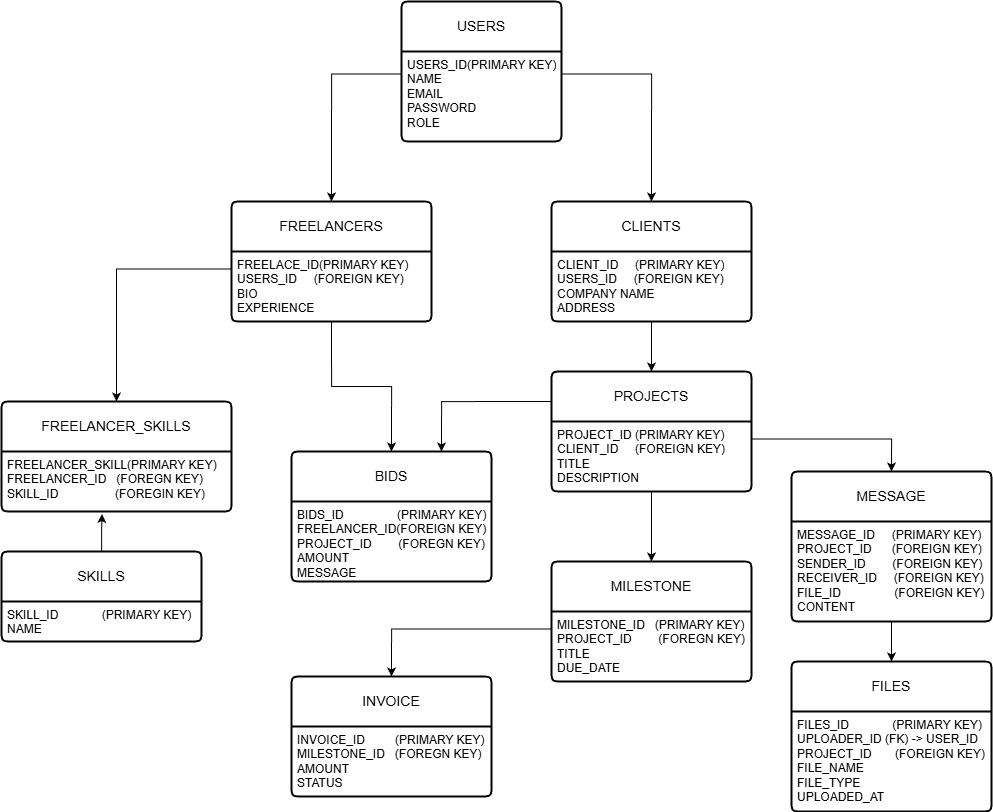
This is freelancer_project.drawio.png from Sachinborade07/Freelancing-Platform, a draw.io export, as it was before one commit. Source tidied: cells renumbered, new cells last; positions are measured from the earlier drawing's top-left corner, leaving out a move shared by most shapes.
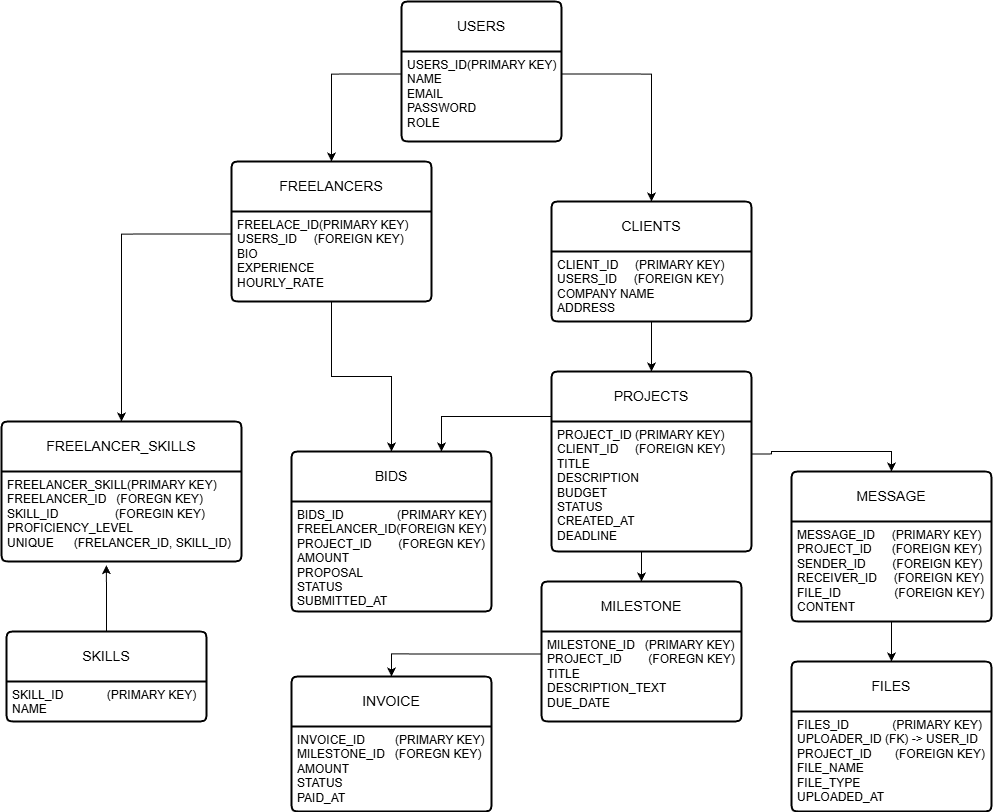
The same diagram one commit later.

Change to the diagram source:
```diff
@@ -9,10 +9,10 @@
       <mxGeometry y="50" width="160" height="90" as="geometry" />
     </mxCell>
     <mxCell id="4" value="FREELANCERS" style="swimlane;horizontal=1;startSize=50;rounded=1;fontSize=14;fontStyle=0;strokeWidth=2;shadow=0;dashed=0;align=center;arcSize=4;whiteSpace=wrap;html=1;" parent="1" vertex="1">
-      <mxGeometry x="230" y="200" width="200" height="120" as="geometry" />
+      <mxGeometry x="230" y="160" width="200" height="140" as="geometry" />
     </mxCell>
-    <mxCell id="5" value="FREELACE_ID(PRIMARY KEY)&lt;br&gt;USERS_ID&amp;nbsp; &amp;nbsp; &amp;nbsp;(FOREIGN KEY)&lt;br&gt;BIO&lt;br&gt;&lt;div&gt;EXPERIENCE&lt;/div&gt;" style="align=left;strokeColor=none;fillColor=none;spacingLeft=4;spacingRight=4;fontSize=12;verticalAlign=top;html=1;whiteSpace=wrap;" parent="4" vertex="1">
-      <mxGeometry y="50" width="200" height="70" as="geometry" />
+    <mxCell id="5" value="FREELACE_ID(PRIMARY KEY)&lt;br&gt;USERS_ID&amp;nbsp; &amp;nbsp; &amp;nbsp;(FOREIGN KEY)&lt;br&gt;BIO&lt;br&gt;&lt;div&gt;EXPERIENCE&lt;/div&gt;&lt;div&gt;HOURLY_RATE&lt;/div&gt;" style="align=left;strokeColor=none;fillColor=none;spacingLeft=4;spacingRight=4;fontSize=12;verticalAlign=top;html=1;whiteSpace=wrap;" parent="4" vertex="1">
+      <mxGeometry y="50" width="200" height="90" as="geometry" />
     </mxCell>
     <mxCell id="6" value="CLIENTS" style="swimlane;horizontal=1;startSize=50;rounded=1;fontSize=14;fontStyle=0;strokeWidth=2;shadow=0;dashed=0;align=center;arcSize=4;whiteSpace=wrap;html=1;" parent="1" vertex="1">
       <mxGeometry x="550" y="200" width="200" height="120" as="geometry" />
@@ -30,40 +30,40 @@
       <mxGeometry relative="1" as="geometry" />
     </mxCell>
     <mxCell id="11" value="PROJECTS" style="swimlane;horizontal=1;startSize=50;rounded=1;fontSize=14;fontStyle=0;strokeWidth=2;shadow=0;dashed=0;align=center;arcSize=4;whiteSpace=wrap;html=1;" parent="1" vertex="1">
-      <mxGeometry x="550" y="370" width="200" height="120" as="geometry" />
+      <mxGeometry x="550" y="370" width="200" height="180" as="geometry" />
     </mxCell>
-    <mxCell id="12" value="PROJECT_ID (PRIMARY KEY)&lt;br&gt;CLIENT_ID&amp;nbsp; &amp;nbsp; &amp;nbsp;(FOREIGN KEY)&lt;br&gt;TITLE&lt;br&gt;&lt;div&gt;DESCRIPTION&lt;/div&gt;" style="align=left;strokeColor=none;fillColor=none;spacingLeft=4;spacingRight=4;fontSize=12;verticalAlign=top;html=1;whiteSpace=wrap;" parent="11" vertex="1">
-      <mxGeometry y="50" width="200" height="70" as="geometry" />
+    <mxCell id="12" value="PROJECT_ID (PRIMARY KEY)&lt;br&gt;CLIENT_ID&amp;nbsp; &amp;nbsp; &amp;nbsp;(FOREIGN KEY)&lt;br&gt;TITLE&lt;br&gt;&lt;div&gt;DESCRIPTION&lt;/div&gt;&lt;div&gt;BUDGET&lt;/div&gt;&lt;div&gt;STATUS&lt;/div&gt;&lt;div&gt;CREATED_AT&lt;/div&gt;&lt;div&gt;DEADLINE&lt;/div&gt;" style="align=left;strokeColor=none;fillColor=none;spacingLeft=4;spacingRight=4;fontSize=12;verticalAlign=top;html=1;whiteSpace=wrap;" parent="11" vertex="1">
+      <mxGeometry y="50" width="200" height="130" as="geometry" />
     </mxCell>
     <mxCell id="13" value="MILESTONE" style="swimlane;horizontal=1;startSize=50;rounded=1;fontSize=14;fontStyle=0;strokeWidth=2;shadow=0;dashed=0;align=center;arcSize=4;whiteSpace=wrap;html=1;" parent="1" vertex="1">
-      <mxGeometry x="550" y="560" width="200" height="120" as="geometry" />
+      <mxGeometry x="540" y="580" width="200" height="140" as="geometry" />
     </mxCell>
-    <mxCell id="14" value="MILESTONE_ID&amp;nbsp; &amp;nbsp;(PRIMARY KEY)&lt;br&gt;PROJECT_ID&amp;nbsp; &amp;nbsp; &amp;nbsp; &amp;nbsp; (FOREGN KEY)&lt;br&gt;&lt;div&gt;TITLE&lt;/div&gt;&lt;div&gt;DUE_DATE&lt;/div&gt;" style="align=left;strokeColor=none;fillColor=none;spacingLeft=4;spacingRight=4;fontSize=12;verticalAlign=top;html=1;whiteSpace=wrap;" parent="13" vertex="1">
-      <mxGeometry y="50" width="200" height="70" as="geometry" />
+    <mxCell id="14" value="MILESTONE_ID&amp;nbsp; &amp;nbsp;(PRIMARY KEY)&lt;br&gt;PROJECT_ID&amp;nbsp; &amp;nbsp; &amp;nbsp; &amp;nbsp; (FOREGN KEY)&lt;br&gt;&lt;div&gt;TITLE&lt;/div&gt;&lt;div&gt;DESCRIPTION_TEXT&lt;/div&gt;&lt;div&gt;DUE_DATE&lt;/div&gt;" style="align=left;strokeColor=none;fillColor=none;spacingLeft=4;spacingRight=4;fontSize=12;verticalAlign=top;html=1;whiteSpace=wrap;" parent="13" vertex="1">
+      <mxGeometry y="50" width="200" height="90" as="geometry" />
     </mxCell>
     <mxCell id="15" value="INVOICE" style="swimlane;horizontal=1;startSize=50;rounded=1;fontSize=14;fontStyle=0;strokeWidth=2;shadow=0;dashed=0;align=center;arcSize=4;whiteSpace=wrap;html=1;" parent="1" vertex="1">
-      <mxGeometry x="290" y="675" width="200" height="120" as="geometry" />
+      <mxGeometry x="290" y="675" width="200" height="135" as="geometry" />
     </mxCell>
-    <mxCell id="16" value="INVOICE_ID&amp;nbsp; &amp;nbsp; &amp;nbsp; &amp;nbsp; &amp;nbsp;(PRIMARY KEY)&lt;br&gt;MILESTONE_ID&amp;nbsp; &amp;nbsp;(FOREGN KEY)&lt;br&gt;&lt;div&gt;AMOUNT&lt;/div&gt;&lt;div&gt;STATUS&lt;/div&gt;" style="align=left;strokeColor=none;fillColor=none;spacingLeft=4;spacingRight=4;fontSize=12;verticalAlign=top;html=1;whiteSpace=wrap;" parent="15" vertex="1">
-      <mxGeometry y="50" width="200" height="70" as="geometry" />
+    <mxCell id="16" value="INVOICE_ID&amp;nbsp; &amp;nbsp; &amp;nbsp; &amp;nbsp; &amp;nbsp;(PRIMARY KEY)&lt;br&gt;MILESTONE_ID&amp;nbsp; &amp;nbsp;(FOREGN KEY)&lt;br&gt;&lt;div&gt;AMOUNT&lt;/div&gt;&lt;div&gt;STATUS&lt;/div&gt;&lt;div&gt;PAID_AT&lt;/div&gt;" style="align=left;strokeColor=none;fillColor=none;spacingLeft=4;spacingRight=4;fontSize=12;verticalAlign=top;html=1;whiteSpace=wrap;" parent="15" vertex="1">
+      <mxGeometry y="50" width="200" height="85" as="geometry" />
     </mxCell>
     <mxCell id="17" value="SKILLS" style="swimlane;horizontal=1;startSize=50;rounded=1;fontSize=14;fontStyle=0;strokeWidth=2;shadow=0;dashed=0;align=center;arcSize=4;whiteSpace=wrap;html=1;" parent="1" vertex="1">
-      <mxGeometry y="550" width="200" height="90" as="geometry" />
+      <mxGeometry x="5" y="630" width="200" height="90" as="geometry" />
     </mxCell>
     <mxCell id="18" value="SKILL_ID&amp;nbsp; &amp;nbsp; &amp;nbsp; &amp;nbsp; &amp;nbsp; &amp;nbsp; &amp;nbsp;(PRIMARY KEY)&lt;br&gt;&lt;div&gt;NAME&lt;/div&gt;" style="align=left;strokeColor=none;fillColor=none;spacingLeft=4;spacingRight=4;fontSize=12;verticalAlign=top;html=1;whiteSpace=wrap;" parent="17" vertex="1">
       <mxGeometry y="50" width="200" height="40" as="geometry" />
     </mxCell>
     <mxCell id="19" value="FREELANCER_SKILLS" style="swimlane;horizontal=1;startSize=50;rounded=1;fontSize=14;fontStyle=0;strokeWidth=2;shadow=0;dashed=0;align=center;arcSize=4;whiteSpace=wrap;html=1;" parent="1" vertex="1">
-      <mxGeometry y="400" width="230" height="110" as="geometry" />
+      <mxGeometry y="420" width="240" height="140" as="geometry" />
     </mxCell>
-    <mxCell id="20" value="FREELANCER_SKILL(PRIMARY KEY)&lt;br&gt;FREELANCER_ID&amp;nbsp; &amp;nbsp;(FOREGN KEY)&lt;br&gt;&lt;div&gt;SKILL_ID&amp;nbsp; &amp;nbsp; &amp;nbsp; &amp;nbsp; &amp;nbsp; &amp;nbsp; &amp;nbsp; &amp;nbsp; &amp;nbsp;(FOREGIN KEY)&amp;nbsp;&lt;/div&gt;&lt;div&gt;&lt;br&gt;&lt;/div&gt;" style="align=left;strokeColor=none;fillColor=none;spacingLeft=4;spacingRight=4;fontSize=12;verticalAlign=top;html=1;whiteSpace=wrap;" parent="19" vertex="1">
-      <mxGeometry y="50" width="230" height="60" as="geometry" />
+    <mxCell id="20" value="FREELANCER_SKILL(PRIMARY KEY)&lt;br&gt;FREELANCER_ID&amp;nbsp; &amp;nbsp;(FOREGN KEY)&lt;br&gt;&lt;div&gt;SKILL_ID&amp;nbsp; &amp;nbsp; &amp;nbsp; &amp;nbsp; &amp;nbsp; &amp;nbsp; &amp;nbsp; &amp;nbsp; &amp;nbsp;(FOREGIN KEY)&amp;nbsp;&lt;/div&gt;&lt;div&gt;PROFICIENCY_LEVEL&lt;/div&gt;&lt;div&gt;UNIQUE&amp;nbsp; &amp;nbsp; &amp;nbsp; (FRELANCER_ID, SKILL_ID)&lt;/div&gt;" style="align=left;strokeColor=none;fillColor=none;spacingLeft=4;spacingRight=4;fontSize=12;verticalAlign=top;html=1;whiteSpace=wrap;" parent="19" vertex="1">
+      <mxGeometry y="50" width="240" height="90" as="geometry" />
     </mxCell>
     <mxCell id="21" value="BIDS" style="swimlane;horizontal=1;startSize=50;rounded=1;fontSize=14;fontStyle=0;strokeWidth=2;shadow=0;dashed=0;align=center;arcSize=4;whiteSpace=wrap;html=1;" parent="1" vertex="1">
-      <mxGeometry x="290" y="450" width="200" height="130" as="geometry" />
+      <mxGeometry x="290" y="450" width="200" height="160" as="geometry" />
     </mxCell>
-    <mxCell id="22" value="BIDS_ID&amp;nbsp; &amp;nbsp; &amp;nbsp; &amp;nbsp; &amp;nbsp; &amp;nbsp; &amp;nbsp; &amp;nbsp; (PRIMARY KEY)&lt;br&gt;FREELANCER_ID(FOREIGN KEY)&lt;br&gt;PROJECT_ID&amp;nbsp; &amp;nbsp; &amp;nbsp; &amp;nbsp; (FOREGN KEY)&lt;br&gt;&lt;div&gt;AMOUNT&lt;/div&gt;&lt;div&gt;MESSAGE&lt;/div&gt;" style="align=left;strokeColor=none;fillColor=none;spacingLeft=4;spacingRight=4;fontSize=12;verticalAlign=top;html=1;whiteSpace=wrap;" parent="21" vertex="1">
-      <mxGeometry y="50" width="200" height="80" as="geometry" />
+    <mxCell id="22" value="BIDS_ID&amp;nbsp; &amp;nbsp; &amp;nbsp; &amp;nbsp; &amp;nbsp; &amp;nbsp; &amp;nbsp; &amp;nbsp; (PRIMARY KEY)&lt;br&gt;FREELANCER_ID(FOREIGN KEY)&lt;br&gt;PROJECT_ID&amp;nbsp; &amp;nbsp; &amp;nbsp; &amp;nbsp; (FOREGN KEY)&lt;br&gt;&lt;div&gt;AMOUNT&lt;/div&gt;&lt;div&gt;PROPOSAL&lt;/div&gt;&lt;div&gt;STATUS&lt;/div&gt;&lt;div&gt;SUBMITTED_AT&lt;/div&gt;" style="align=left;strokeColor=none;fillColor=none;spacingLeft=4;spacingRight=4;fontSize=12;verticalAlign=top;html=1;whiteSpace=wrap;" parent="21" vertex="1">
+      <mxGeometry y="50" width="200" height="110" as="geometry" />
     </mxCell>
     <mxCell id="23" value="MESSAGE" style="swimlane;horizontal=1;startSize=50;rounded=1;fontSize=14;fontStyle=0;strokeWidth=2;shadow=0;dashed=0;align=center;arcSize=4;whiteSpace=wrap;html=1;" parent="1" vertex="1">
       <mxGeometry x="790" y="470" width="200" height="150" as="geometry" />
```
